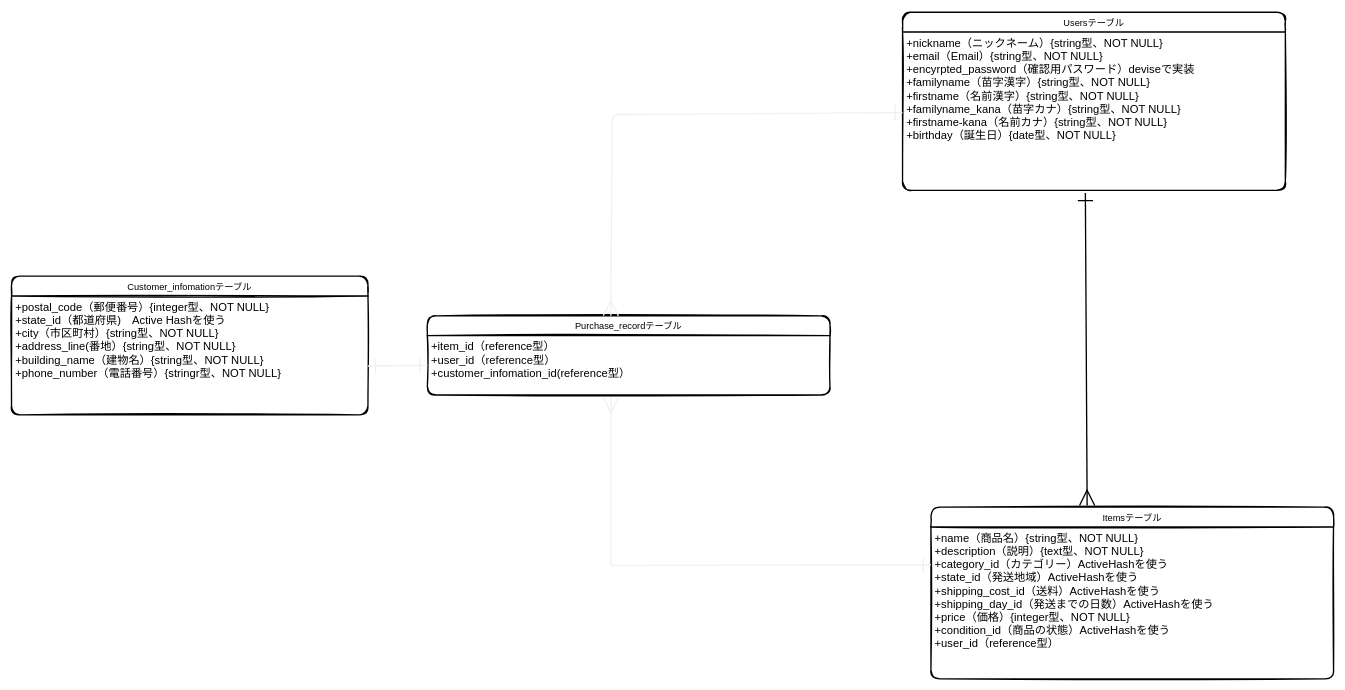
Above: page "ページ1" (1 of 2) of app/furuma.dio in morioka1206/furima-9916 (draw.io), before the change. Source tidied: cells renumbered, new cells numbered last; positions are measured from the earlier drawing's top-left corner, leaving out a move shared by most shapes. Both pictures are drawn from the tidied source at 66%, with x=0, y=0 at pixel (11, 12).
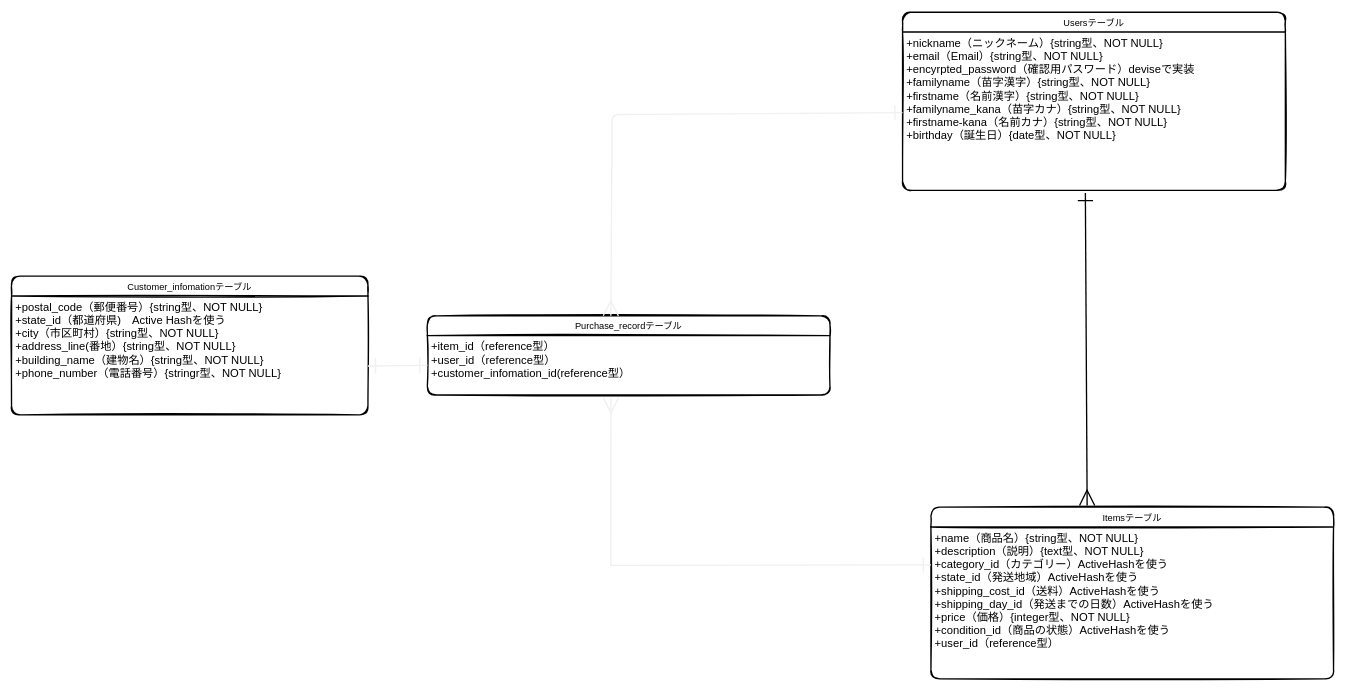
The same page after the edit.

Commit message (it also covers changes not shown here):
データベース設計6

What changed in the source:
```diff
@@
 <mxGraphModel>
   <root>
     <mxCell id="0" />
     <mxCell id="1" parent="0" />
     <mxCell id="2" value="Usersテーブル" style="swimlane;horizontal=1;startSize=30;rounded=1;fontSize=14;fontStyle=0;strokeWidth=2;shadow=0;dashed=0;align=center;sketch=1;" parent="1" vertex="1">
       <mxGeometry x="1350" width="580" height="270" as="geometry" />
     </mxCell>
     <mxCell id="3" value="+nickname（ニックネーム）{string型、NOT NULL}&#10;+email（Email）{string型、NOT NULL}&#10;+encyrpted_password（確認用パスワード）deviseで実装&#10;+familyname（苗字漢字）{string型、NOT NULL}&#10;+firstname（名前漢字）{string型、NOT NULL}&#10;+familyname_kana（苗字カナ）{string型、NOT NULL}&#10;+firstname-kana（名前カナ）{string型、NOT NULL}&#10;+birthday（誕生日）{date型、NOT NULL}" style="align=left;strokeColor=none;fillColor=none;spacingLeft=4;fontSize=17;verticalAlign=top;sketch=1;fontFamily=Helvetica;" parent="2" vertex="1">
       <mxGeometry y="30" width="580" height="240" as="geometry" />
     </mxCell>
     <mxCell id="4" value="Customer_infomationテーブル" style="swimlane;horizontal=1;startSize=30;rounded=1;fontSize=14;fontStyle=0;strokeWidth=2;shadow=0;dashed=0;align=center;sketch=1;" parent="1" vertex="1">
       <mxGeometry y="400" width="540" height="210" as="geometry" />
     </mxCell>
-    <mxCell id="5" value="+postal_code（郵便番号）{integer型、NOT NULL}&#10;+state_id（都道府県)　Active Hashを使う&#10;+city（市区町村）{string型、NOT NULL}&#10;+address_line(番地）{string型、NOT NULL}&#10;+building_name（建物名）{string型、NOT NULL}&#10;+phone_number（電話番号）{stringr型、NOT NULL}&#10;" style="align=left;strokeColor=none;fillColor=none;spacingLeft=4;fontSize=17;verticalAlign=top;sketch=1;" parent="4" vertex="1">
+    <mxCell id="5" value="+postal_code（郵便番号）{string型、NOT NULL}&#10;+state_id（都道府県)　Active Hashを使う&#10;+city（市区町村）{string型、NOT NULL}&#10;+address_line(番地）{string型、NOT NULL}&#10;+building_name（建物名）{string型、NOT NULL}&#10;+phone_number（電話番号）{stringr型、NOT NULL}&#10;" style="align=left;strokeColor=none;fillColor=none;spacingLeft=4;fontSize=17;verticalAlign=top;sketch=1;" parent="4" vertex="1">
       <mxGeometry y="30" width="540" height="180" as="geometry" />
     </mxCell>
     <mxCell id="6" value="Itemsテーブル" style="swimlane;horizontal=1;startSize=30;rounded=1;fontSize=14;fontStyle=0;strokeWidth=2;shadow=0;dashed=0;align=center;sketch=1;" parent="1" vertex="1">
       <mxGeometry x="1393" y="750" width="610" height="260" as="geometry" />
     </mxCell>
     <mxCell id="7" value="+name（商品名）{string型、NOT NULL}&#10;+description（説明）{text型、NOT NULL}&#10;+category_id（カテゴリー）ActiveHashを使う&#10;+state_id（発送地域）ActiveHashを使う&#10;+shipping_cost_id（送料）ActiveHashを使う&#10;+shipping_day_id（発送までの日数）ActiveHashを使う&#10;+price（価格）{integer型、NOT NULL}&#10;+condition_id（商品の状態）ActiveHashを使う&#10;+user_id（reference型）" style="align=left;strokeColor=none;fillColor=none;spacingLeft=4;fontSize=17;verticalAlign=top;sketch=1;" parent="6" vertex="1">
       <mxGeometry y="30" width="610" height="230" as="geometry" />
     </mxCell>
     <mxCell id="8" style="rounded=0;sketch=0;jumpSize=4;jettySize=auto;html=1;entryX=0.388;entryY=-0.01;entryDx=0;entryDy=0;entryPerimeter=0;startArrow=ERone;startFill=0;targetPerimeterSpacing=0;strokeWidth=2;endArrow=ERmany;endFill=0;endSize=20;startSize=20;" parent="1" edge="1" target="6">
       <mxGeometry relative="1" as="geometry">
         <mxPoint x="1627" y="274" as="sourcePoint" />
       </mxGeometry>
     </mxCell>
     <mxCell id="9" value="Purchase_recordテーブル" style="swimlane;horizontal=1;startSize=30;rounded=1;fontSize=14;fontStyle=0;strokeWidth=2;shadow=0;dashed=0;align=center;sketch=1;" parent="1" vertex="1">
       <mxGeometry x="630" y="460" width="610" height="120" as="geometry" />
     </mxCell>
     <mxCell id="10" value="+item_id（reference型）&#10;+user_id（reference型）&#10;+customer_infomation_id(reference型）" style="align=left;strokeColor=none;fillColor=none;spacingLeft=4;fontSize=17;verticalAlign=top;sketch=1;" parent="9" vertex="1">
       <mxGeometry y="30" width="610" height="90" as="geometry" />
     </mxCell>
     <mxCell id="11" style="edgeStyle=none;rounded=1;sketch=0;jumpSize=4;jettySize=auto;html=1;startArrow=ERone;startFill=0;startSize=20;endArrow=ERmany;endFill=0;endSize=20;targetPerimeterSpacing=0;strokeColor=#f0f0f0;strokeWidth=2;fontSize=17;" parent="1" edge="1" source="3">
       <mxGeometry relative="1" as="geometry">
         <mxPoint x="908" y="460" as="targetPoint" />
         <Array as="points">
           <mxPoint x="940" y="155" />
           <mxPoint x="910" y="155" />
         </Array>
       </mxGeometry>
     </mxCell>
     <mxCell id="12" style="edgeStyle=none;rounded=0;sketch=0;jumpSize=4;jettySize=auto;html=1;startArrow=ERmany;startFill=0;startSize=20;endArrow=ERone;endFill=0;endSize=20;targetPerimeterSpacing=0;strokeColor=#f0f0f0;strokeWidth=2;fontSize=17;entryX=0;entryY=0.25;entryDx=0;entryDy=0;exitX=0.456;exitY=1.044;exitDx=0;exitDy=0;exitPerimeter=0;" parent="1" edge="1" source="10" target="7">
       <mxGeometry relative="1" as="geometry">
         <Array as="points">
           <mxPoint x="908" y="838" />
         </Array>
       </mxGeometry>
     </mxCell>
     <mxCell id="13" style="edgeStyle=none;rounded=0;sketch=0;jumpSize=4;jettySize=auto;html=1;exitX=0;exitY=0.5;exitDx=0;exitDy=0;startArrow=ERone;startFill=0;startSize=20;endArrow=ERone;endFill=0;endSize=20;targetPerimeterSpacing=0;strokeColor=#f0f0f0;strokeWidth=2;fontFamily=Helvetica;fontSize=17;" parent="1" edge="1" source="10">
       <mxGeometry relative="1" as="geometry">
         <mxPoint x="540" y="536" as="targetPoint" />
       </mxGeometry>
     </mxCell>
   </root>
 </mxGraphModel>
```
